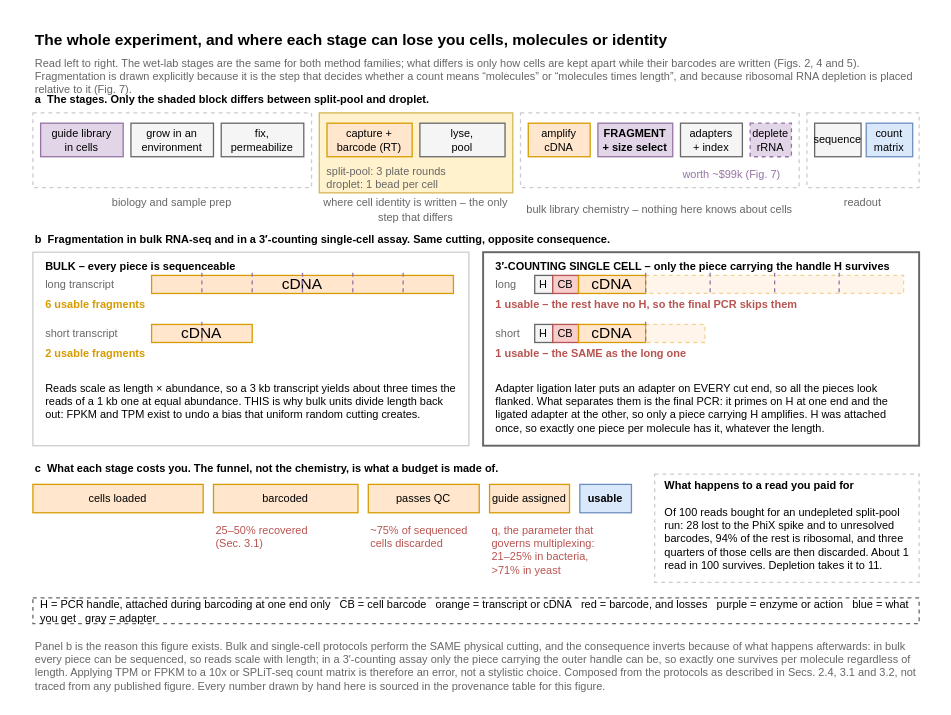
Mjvolk3/torchcell keeps this draw.io diagram as notes/assets/drawio/perturb-seq-workflow.drawio. Above is the earlier version. Source tidied: cells renumbered, new cells numbered last; positions are measured from the earlier drawing's top-left corner, leaving out a move shared by most shapes. Both pictures are drawn from the tidied source at 129%, with x=0, y=0 at pixel (32, 22).
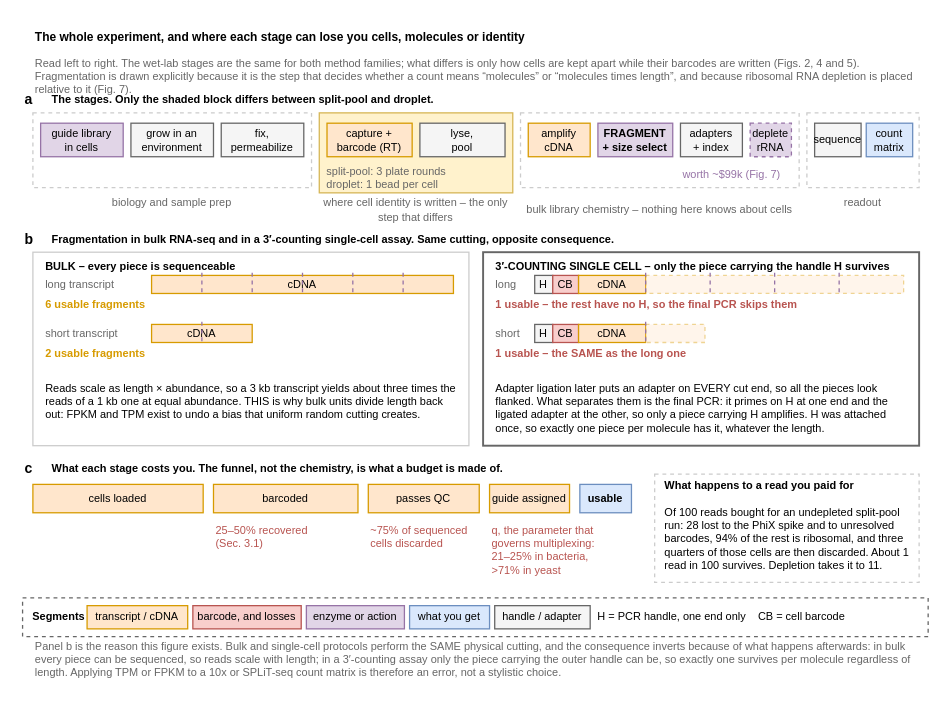
After the change.

Change to the diagram source:
```diff
@@
-    <mxCell id="2" value="The whole experiment, and where each stage can lose you cells, molecules or identity" style="text;html=1;whiteSpace=wrap;align=left;verticalAlign=top;fontFamily=Arial;fontSize=12;fontStyle=1;" parent="1" vertex="1">
+    <mxCell id="2" value="The whole experiment, and where each stage can lose you cells, molecules or identity" style="text;html=1;whiteSpace=wrap;align=left;verticalAlign=top;fontFamily=Arial;fontSize=9.3;fontStyle=1;" parent="1" vertex="1">
       <mxGeometry width="687" height="18" as="geometry" />
     </mxCell>
@@
+    <mxCell id="76" value="a" style="text;html=1;whiteSpace=wrap;align=left;verticalAlign=middle;fontFamily=Arial;fontSize=10.9;fontStyle=1;" parent="1" vertex="1">
+      <mxGeometry x="-8" y="54" width="10" height="12" as="geometry" />
+    </mxCell>
-    <mxCell id="4" value="a  The stages. Only the shaded block differs between split-pool and droplet." style="text;html=1;whiteSpace=wrap;align=left;verticalAlign=middle;fontFamily=Arial;fontSize=8.5;fontStyle=1;" parent="1" vertex="1">
-      <mxGeometry y="54" width="687" height="12" as="geometry" />
+    <mxCell id="4" value="The stages. Only the shaded block differs between split-pool and droplet." style="text;html=1;whiteSpace=wrap;align=left;verticalAlign=middle;fontFamily=Arial;fontSize=8.5;fontStyle=1;" parent="1" vertex="1">
+      <mxGeometry x="13" y="54" width="674" height="12" as="geometry" />
     </mxCell>
@@
+    <mxCell id="77" value="b" style="text;html=1;whiteSpace=wrap;align=left;verticalAlign=middle;fontFamily=Arial;fontSize=10.9;fontStyle=1;" parent="1" vertex="1">
+      <mxGeometry x="-8" y="162" width="10" height="12" as="geometry" />
+    </mxCell>
-    <mxCell id="26" value="b  Fragmentation in bulk RNA-seq and in a 3′-counting single-cell assay. Same cutting, opposite consequence." style="text;html=1;whiteSpace=wrap;align=left;verticalAlign=middle;fontFamily=Arial;fontSize=8.5;fontStyle=1;" parent="1" vertex="1">
-      <mxGeometry y="162" width="687" height="12" as="geometry" />
+    <mxCell id="26" value="Fragmentation in bulk RNA-seq and in a 3′-counting single-cell assay. Same cutting, opposite consequence." style="text;html=1;whiteSpace=wrap;align=left;verticalAlign=middle;fontFamily=Arial;fontSize=8.5;fontStyle=1;" parent="1" vertex="1">
+      <mxGeometry x="13" y="162" width="674" height="12" as="geometry" />
     </mxCell>
@@
-    <mxCell id="30" value="cDNA" style="rounded=0;whiteSpace=wrap;html=1;fillColor=#FFE6CC;strokeColor=#D79B00;" parent="1" vertex="1">
+    <mxCell id="30" value="cDNA" style="rounded=0;whiteSpace=wrap;html=1;fillColor=#FFE6CC;strokeColor=#D79B00;fontSize=8.5;" parent="1" vertex="1">
       <mxGeometry x="92" y="196" width="234" height="14" as="geometry" />
     </mxCell>
@@
-    <mxCell id="38" value="cDNA" style="rounded=0;whiteSpace=wrap;html=1;fillColor=#FFE6CC;strokeColor=#D79B00;" parent="1" vertex="1">
+    <mxCell id="38" value="cDNA" style="rounded=0;whiteSpace=wrap;html=1;fillColor=#FFE6CC;strokeColor=#D79B00;fontSize=8.5;" parent="1" vertex="1">
       <mxGeometry x="92" y="234" width="78" height="14" as="geometry" />
     </mxCell>
@@
-    <mxCell id="47" value="cDNA" style="rounded=0;whiteSpace=wrap;html=1;fillColor=#FFE6CC;strokeColor=#D79B00;" parent="1" vertex="1">
+    <mxCell id="47" value="cDNA" style="rounded=0;whiteSpace=wrap;html=1;fillColor=#FFE6CC;strokeColor=#D79B00;fontSize=8.5;" parent="1" vertex="1">
       <mxGeometry x="423" y="196" width="52" height="14" as="geometry" />
     </mxCell>
@@
-    <mxCell id="57" value="cDNA" style="rounded=0;whiteSpace=wrap;html=1;fillColor=#FFE6CC;strokeColor=#D79B00;" parent="1" vertex="1">
+    <mxCell id="57" value="cDNA" style="rounded=0;whiteSpace=wrap;html=1;fillColor=#FFE6CC;strokeColor=#D79B00;fontSize=8.5;" parent="1" vertex="1">
       <mxGeometry x="423" y="234" width="52" height="14" as="geometry" />
     </mxCell>
@@
+    <mxCell id="78" value="c" style="text;html=1;whiteSpace=wrap;align=left;verticalAlign=middle;fontFamily=Arial;fontSize=10.9;fontStyle=1;" parent="1" vertex="1">
+      <mxGeometry x="-8" y="340" width="10" height="12" as="geometry" />
+    </mxCell>
-    <mxCell id="62" value="c  What each stage costs you. The funnel, not the chemistry, is what a budget is made of." style="text;html=1;whiteSpace=wrap;align=left;verticalAlign=middle;fontFamily=Arial;fontSize=8.5;fontStyle=1;" parent="1" vertex="1">
-      <mxGeometry y="340" width="687" height="12" as="geometry" />
+    <mxCell id="62" value="What each stage costs you. The funnel, not the chemistry, is what a budget is made of." style="text;html=1;whiteSpace=wrap;align=left;verticalAlign=middle;fontFamily=Arial;fontSize=8.5;fontStyle=1;" parent="1" vertex="1">
+      <mxGeometry x="13" y="340" width="674" height="12" as="geometry" />
     </mxCell>
@@
-    <mxCell id="74" value="H = PCR handle, attached during barcoding at one end only   CB = cell barcode   orange = transcript or cDNA   red = barcode, and losses   purple = enzyme or action   blue = what you get   gray = adapter" style="rounded=0;whiteSpace=wrap;html=1;fillColor=none;strokeColor=#666666;dashed=1;fontFamily=Arial;fontSize=8.5;align=left;verticalAlign=middle;spacingLeft=4;" parent="1" vertex="1">
-      <mxGeometry y="446" width="687" height="20" as="geometry" />
-    </mxCell>
+    <mxCell id="79" style="rounded=0;whiteSpace=wrap;html=1;fillColor=none;strokeColor=#666666;dashed=1;" parent="1" vertex="1">
+      <mxGeometry x="-8" y="446" width="702" height="30" as="geometry" />
+    </mxCell>
+    <mxCell id="80" value="Segments" style="text;html=1;whiteSpace=wrap;align=left;verticalAlign=middle;fontFamily=Arial;fontSize=8.5;fontStyle=1;" parent="1" vertex="1">
+      <mxGeometry x="-2" y="452" width="40" height="18" as="geometry" />
+    </mxCell>
+    <mxCell id="81" value="transcript / cDNA" style="rounded=0;whiteSpace=wrap;html=1;fillColor=#FFE6CC;strokeColor=#D79B00;fontFamily=Arial;fontSize=8.5;" parent="1" vertex="1">
+      <mxGeometry x="42" y="452" width="78" height="18" as="geometry" />
+    </mxCell>
+    <mxCell id="82" value="barcode, and losses" style="rounded=0;whiteSpace=wrap;html=1;fillColor=#F8CECC;strokeColor=#B85450;fontFamily=Arial;fontSize=8.5;" parent="1" vertex="1">
+      <mxGeometry x="124" y="452" width="84" height="18" as="geometry" />
+    </mxCell>
+    <mxCell id="83" value="enzyme or action" style="rounded=0;whiteSpace=wrap;html=1;fillColor=#E1D5E7;strokeColor=#9673A6;fontFamily=Arial;fontSize=8.5;" parent="1" vertex="1">
+      <mxGeometry x="212" y="452" width="76" height="18" as="geometry" />
+    </mxCell>
+    <mxCell id="84" value="what you get" style="rounded=0;whiteSpace=wrap;html=1;fillColor=#DAE8FC;strokeColor=#6C8EBF;fontFamily=Arial;fontSize=8.5;" parent="1" vertex="1">
+      <mxGeometry x="292" y="452" width="62" height="18" as="geometry" />
+    </mxCell>
+    <mxCell id="85" value="handle / adapter" style="rounded=0;whiteSpace=wrap;html=1;fillColor=#F5F5F5;strokeColor=#666666;fontFamily=Arial;fontSize=8.5;" parent="1" vertex="1">
+      <mxGeometry x="358" y="452" width="74" height="18" as="geometry" />
+    </mxCell>
+    <mxCell id="86" value="H = PCR handle, one end only    CB = cell barcode" style="text;html=1;whiteSpace=wrap;align=left;verticalAlign=middle;fontFamily=Arial;fontSize=8.5;" parent="1" vertex="1">
+      <mxGeometry x="436" y="452" width="210" height="18" as="geometry" />
+    </mxCell>
-    <mxCell id="75" value="Panel b is the reason this figure exists. Bulk and single-cell protocols perform the SAME physical cutting, and the consequence inverts because of what happens afterwards: in bulk every piece can be sequenced, so reads scale with length; in a 3′-counting assay only the piece carrying the outer handle can be, so exactly one survives per molecule regardless of length. Applying TPM or FPKM to a 10x or SPLiT-seq count matrix is therefore an error, not a stylistic choice. Composed from the protocols as described in Secs. 2.4, 3.1 and 3.2, not traced from any published figure. Every number drawn by hand here is sourced in the provenance table for this figure." style="text;html=1;whiteSpace=wrap;align=left;verticalAlign=top;fontFamily=Arial;fontSize=8.5;fontColor=#666666;" parent="1" vertex="1">
+    <mxCell id="75" value="Panel b is the reason this figure exists. Bulk and single-cell protocols perform the SAME physical cutting, and the consequence inverts because of what happens afterwards: in bulk every piece can be sequenced, so reads scale with length; in a 3′-counting assay only the piece carrying the outer handle can be, so exactly one survives per molecule regardless of length. Applying TPM or FPKM to a 10x or SPLiT-seq count matrix is therefore an error, not a stylistic choice." style="text;html=1;whiteSpace=wrap;align=left;verticalAlign=top;fontFamily=Arial;fontSize=8.5;fontColor=#666666;" parent="1" vertex="1">
       <mxGeometry y="472" width="687" height="46" as="geometry" />
     </mxCell>
```
